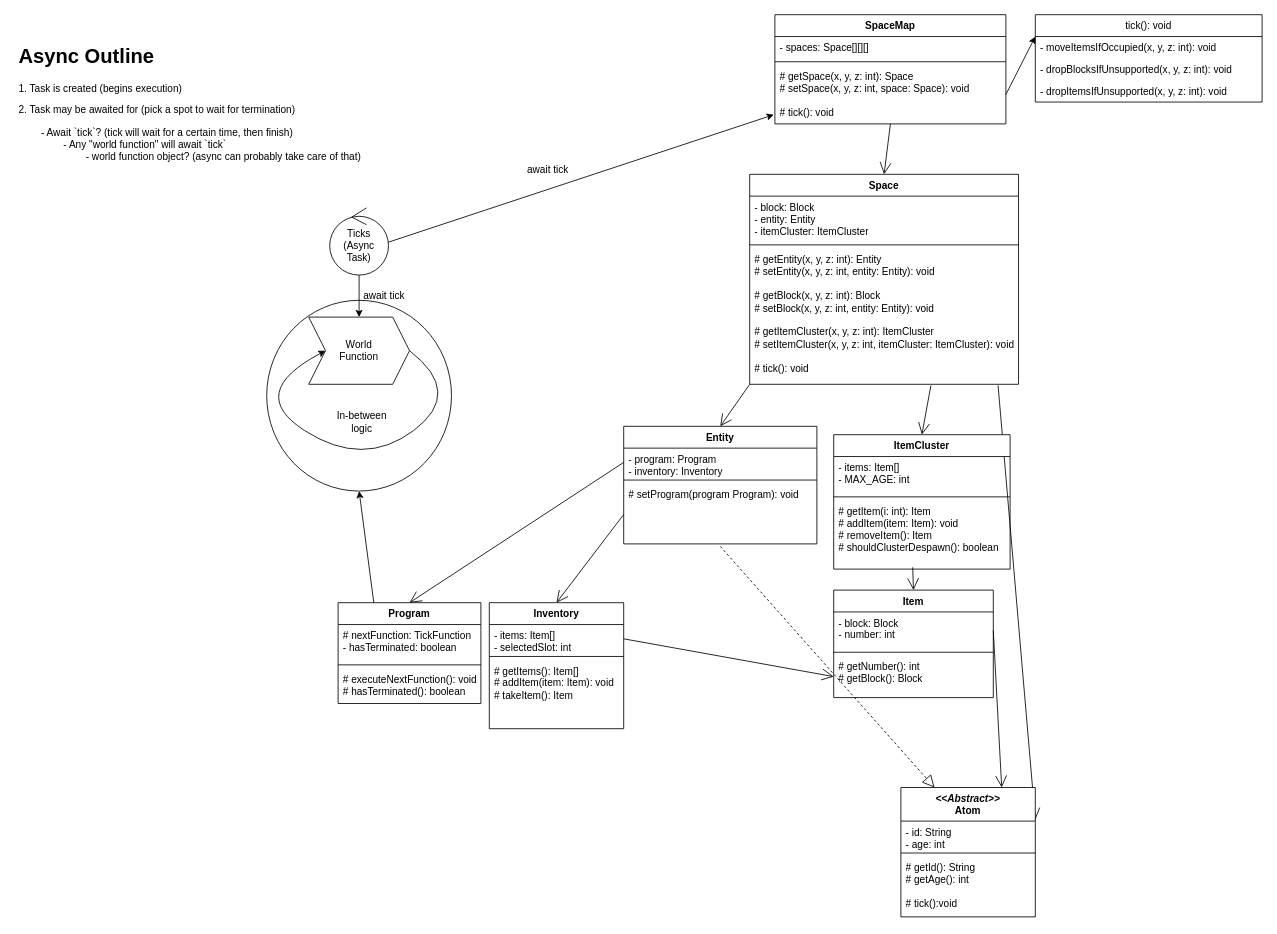
Earlier version of the draw.io diagram Untitled Diagram.drawio (Scapsters/CCRetweaked). Source tidied: cells renumbered, new cells numbered last; positions are measured from the earlier drawing's top-left corner, leaving out a move shared by most shapes. Both pictures are drawn from the tidied source at 84%, with x=0, y=0 at pixel (14, 14).
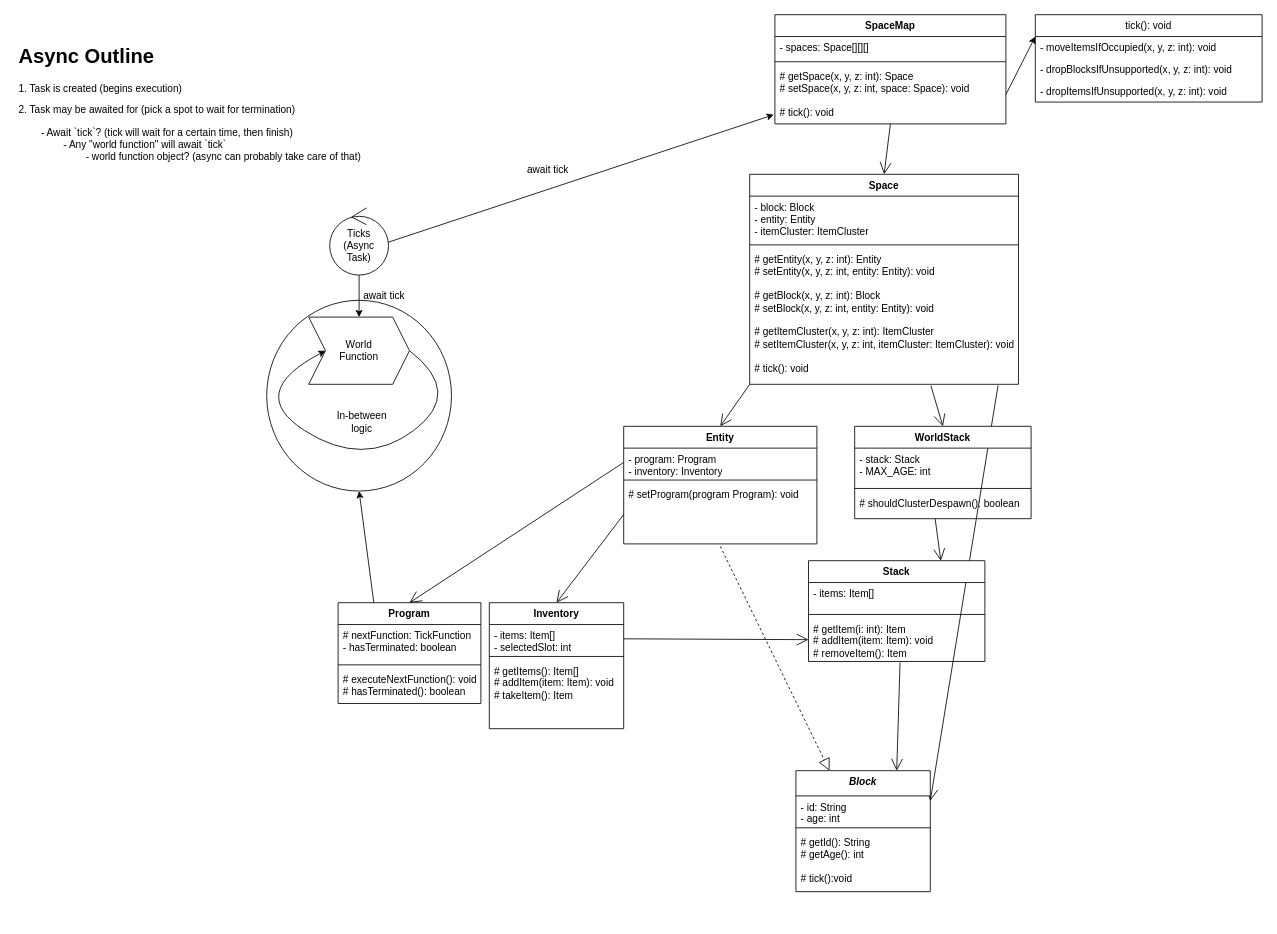
Above is the later version.

Commit message:
simplify UML further

Unchanged cells that the change refers to:
```xml
<mxCell id="10" value="&lt;div&gt;# getEntity(x, y, z: int): Entity&lt;/div&gt;&lt;div&gt;# setEntity(x, y, z: int, entity: Entity): void&lt;/div&gt;&lt;div&gt;&lt;br&gt;&lt;/div&gt;&lt;div&gt;# getBlock(x, y, z: int): Block&lt;/div&gt;&lt;div&gt;# setBlock(x, y, z: int, entity: Entity): void&lt;/div&gt;&lt;div&gt;&lt;br&gt;&lt;/div&gt;&lt;div&gt;# getItemCluster(x, y, z: int): ItemCluster&lt;/div&gt;&lt;div&gt;# setItemCluster(x, y, z: int, itemCluster: ItemCluster): void&lt;br&gt;&lt;/div&gt;&lt;div&gt;&lt;br&gt;&lt;/div&gt;&lt;div&gt;# tick(): void&lt;/div&gt;" style="text;strokeColor=none;fillColor=none;align=left;verticalAlign=top;spacingLeft=4;spacingRight=4;overflow=hidden;points=[[0,0.5],[1,0.5]];portConstraint=eastwest;whiteSpace=wrap;html=1;" parent="7" vertex="1">
  <mxGeometry y="88" width="320" height="162" as="geometry" />
</mxCell>
<mxCell id="41" value="&lt;div&gt;- items: Item[]&lt;/div&gt;&lt;div&gt;- selectedSlot: int&lt;br&gt;&lt;/div&gt;" style="text;strokeColor=none;fillColor=none;align=left;verticalAlign=top;spacingLeft=4;spacingRight=4;overflow=hidden;points=[[0,0.5],[1,0.5]];portConstraint=eastwest;whiteSpace=wrap;html=1;" parent="40" vertex="1">
  <mxGeometry y="26" width="160" height="34" as="geometry" />
</mxCell>
```

The edit, as a diff of the source:
```diff
@@
-    <mxCell id="15" value="Item" style="swimlane;fontStyle=1;align=center;verticalAlign=top;horizontal=1;startSize=26;whiteSpace=wrap;html=1;" parent="1" vertex="1">
-      <mxGeometry x="975" y="685" width="190" height="128" as="geometry" />
-    </mxCell>
-    <mxCell id="16" value="- block: Block&lt;div&gt;- number: int&lt;br&gt;&lt;/div&gt;" style="text;strokeColor=none;fillColor=none;align=left;verticalAlign=top;spacingLeft=4;spacingRight=4;overflow=hidden;points=[[0,0.5],[1,0.5]];portConstraint=eastwest;whiteSpace=wrap;html=1;" parent="15" vertex="1">
-      <mxGeometry y="26" width="190" height="44" as="geometry" />
-    </mxCell>
-    <mxCell id="17" style="line;strokeWidth=1;fillColor=none;align=left;verticalAlign=middle;spacingTop=-1;spacingLeft=3;spacingRight=3;labelPosition=right;strokeColor=inherit;" parent="15" vertex="1">
-      <mxGeometry y="70" width="190" height="8" as="geometry" />
-    </mxCell>
-    <mxCell id="18" value="&lt;div&gt;# getNumber(): int&lt;/div&gt;&lt;div&gt;# getBlock(): Block&lt;br&gt;&lt;/div&gt;" style="text;strokeColor=none;fillColor=none;align=left;verticalAlign=top;spacingLeft=4;spacingRight=4;overflow=hidden;points=[[0,0.5],[1,0.5]];portConstraint=eastwest;whiteSpace=wrap;html=1;" parent="15" vertex="1">
-      <mxGeometry y="78" width="190" height="50" as="geometry" />
-    </mxCell>
-    <mxCell id="19" value="&lt;div&gt;&lt;br&gt;&lt;/div&gt;&lt;div&gt;&lt;br&gt;&lt;/div&gt;" style="text;strokeColor=none;fillColor=none;align=left;verticalAlign=top;spacingLeft=4;spacingRight=4;overflow=hidden;whiteSpace=wrap;html=1;" parent="15" vertex="1">
-      <mxGeometry y="128" width="190" as="geometry" />
-    </mxCell>
@@
-    <mxCell id="23" value="&lt;div&gt;&lt;i&gt;&amp;lt;&amp;lt;Abstract&amp;gt;&amp;gt;&lt;/i&gt;&lt;br&gt;&lt;/div&gt;&lt;div&gt;Atom&lt;/div&gt;" style="swimlane;fontStyle=1;align=center;verticalAlign=top;horizontal=1;startSize=40;whiteSpace=wrap;html=1;" parent="1" vertex="1">
-      <mxGeometry x="1055" y="920" width="160" height="154" as="geometry" />
+    <mxCell id="23" value="&lt;i&gt;Block&lt;/i&gt;" style="swimlane;fontStyle=1;align=center;verticalAlign=top;horizontal=1;startSize=30;whiteSpace=wrap;html=1;" parent="1" vertex="1">
+      <mxGeometry x="930" y="900" width="160" height="144" as="geometry" />
     </mxCell>
     <mxCell id="24" value="&lt;div&gt;- id: String&lt;/div&gt;&lt;div&gt;- age: int&lt;br&gt;&lt;/div&gt;" style="text;strokeColor=none;fillColor=none;align=left;verticalAlign=top;spacingLeft=4;spacingRight=4;overflow=hidden;whiteSpace=wrap;html=1;" parent="23" vertex="1">
-      <mxGeometry y="40" width="160" height="34" as="geometry" />
+      <mxGeometry y="30" width="160" height="34" as="geometry" />
     </mxCell>
     <mxCell id="25" style="line;strokeWidth=1;fillColor=none;align=left;verticalAlign=middle;spacingTop=-1;spacingLeft=3;spacingRight=3;labelPosition=right;strokeColor=inherit;" parent="23" vertex="1">
-      <mxGeometry y="74" width="160" height="8" as="geometry" />
+      <mxGeometry y="64" width="160" height="8" as="geometry" />
     </mxCell>
     <mxCell id="26" value="&lt;div&gt;# getId(): String&lt;/div&gt;&lt;div&gt;# getAge(): int&lt;/div&gt;&lt;div&gt;&lt;br&gt;&lt;/div&gt;&lt;div&gt;# tick():void&lt;br&gt;&lt;/div&gt;" style="text;strokeColor=none;fillColor=none;align=left;verticalAlign=top;spacingLeft=4;spacingRight=4;overflow=hidden;whiteSpace=wrap;html=1;" parent="23" vertex="1">
-      <mxGeometry y="82" width="160" height="72" as="geometry" />
+      <mxGeometry y="72" width="160" height="72" as="geometry" />
     </mxCell>
@@
-    <mxCell id="28" value="ItemCluster" style="swimlane;fontStyle=1;align=center;verticalAlign=top;horizontal=1;startSize=26;whiteSpace=wrap;html=1;" parent="1" vertex="1">
-      <mxGeometry x="975" y="500" width="210" height="160" as="geometry" />
+    <mxCell id="28" value="Stack" style="swimlane;fontStyle=1;align=center;verticalAlign=top;horizontal=1;startSize=26;whiteSpace=wrap;html=1;" parent="1" vertex="1">
+      <mxGeometry x="945" y="650" width="210" height="120" as="geometry" />
     </mxCell>
-    <mxCell id="29" value="&lt;div&gt;- items: Item[]&lt;/div&gt;&lt;div&gt;- MAX_AGE: int&lt;br&gt;&lt;/div&gt;" style="text;strokeColor=none;fillColor=none;align=left;verticalAlign=top;spacingLeft=4;spacingRight=4;overflow=hidden;whiteSpace=wrap;html=1;" parent="28" vertex="1">
-      <mxGeometry y="26" width="210" height="44" as="geometry" />
+    <mxCell id="29" value="&lt;div&gt;- items: Item[]&lt;/div&gt;" style="text;strokeColor=none;fillColor=none;align=left;verticalAlign=top;spacingLeft=4;spacingRight=4;overflow=hidden;whiteSpace=wrap;html=1;" parent="28" vertex="1">
+      <mxGeometry y="26" width="210" height="34" as="geometry" />
     </mxCell>
     <mxCell id="30" style="line;strokeWidth=1;fillColor=none;align=left;verticalAlign=middle;spacingTop=-1;spacingLeft=3;spacingRight=3;labelPosition=right;strokeColor=inherit;" parent="28" vertex="1">
-      <mxGeometry y="70" width="210" height="8" as="geometry" />
+      <mxGeometry y="60" width="210" height="8" as="geometry" />
     </mxCell>
-    <mxCell id="31" value="&lt;div&gt;# getItem(i: int): Item&lt;/div&gt;&lt;div&gt;# addItem(item: Item): void&lt;/div&gt;&lt;div&gt;# removeItem(): Item&lt;/div&gt;&lt;div&gt;# shouldClusterDespawn(): boolean&lt;br&gt;&lt;/div&gt;" style="text;strokeColor=none;fillColor=none;align=left;verticalAlign=top;spacingLeft=4;spacingRight=4;overflow=hidden;points=[[0,0.5],[1,0.5]];portConstraint=eastwest;whiteSpace=wrap;html=1;" parent="28" vertex="1">
-      <mxGeometry y="78" width="210" height="82" as="geometry" />
+    <mxCell id="31" value="&lt;div&gt;# getItem(i: int): Item&lt;/div&gt;&lt;div&gt;# addItem(item: Item): void&lt;/div&gt;&lt;div&gt;# removeItem(): Item&lt;/div&gt;" style="text;strokeColor=none;fillColor=none;align=left;verticalAlign=top;spacingLeft=4;spacingRight=4;overflow=hidden;points=[[0,0.5],[1,0.5]];portConstraint=eastwest;whiteSpace=wrap;html=1;" parent="28" vertex="1">
+      <mxGeometry y="68" width="210" height="52" as="geometry" />
     </mxCell>
     <mxCell id="32" value="&lt;div&gt;&lt;br&gt;&lt;/div&gt;&lt;div&gt;&lt;br&gt;&lt;/div&gt;" style="text;strokeColor=none;fillColor=none;align=left;verticalAlign=top;spacingLeft=4;spacingRight=4;overflow=hidden;whiteSpace=wrap;html=1;" parent="28" vertex="1">
-      <mxGeometry y="160" width="210" as="geometry" />
+      <mxGeometry y="120" width="210" as="geometry" />
     </mxCell>
-    <mxCell id="33" style="endArrow=open;endFill=1;endSize=12;html=1;rounded=0;exitX=0.448;exitY=0.974;exitDx=0;exitDy=0;entryX=0.5;entryY=0;entryDx=0;entryDy=0;exitPerimeter=0;" parent="1" edge="1" source="31" target="15">
-      <mxGeometry relative="1" as="geometry" />
-    </mxCell>
-    <mxCell id="34" style="endArrow=open;endFill=1;endSize=12;html=1;rounded=0;entryX=0.5;entryY=0;entryDx=0;entryDy=0;exitX=0.674;exitY=1.009;exitDx=0;exitDy=0;exitPerimeter=0;" parent="1" edge="1" source="10" target="28">
+    <mxCell id="34" style="endArrow=open;endFill=1;endSize=12;html=1;rounded=0;entryX=0.5;entryY=0;entryDx=0;entryDy=0;exitX=0.674;exitY=1.009;exitDx=0;exitDy=0;exitPerimeter=0;" parent="1" edge="1" source="10" target="62">
       <mxGeometry relative="1" as="geometry" />
     </mxCell>
@@
-    <mxCell id="44" style="endArrow=open;endFill=1;endSize=12;html=1;rounded=0;exitX=1;exitY=0.5;exitDx=0;exitDy=0;entryX=0.75;entryY=0;entryDx=0;entryDy=0;" parent="1" edge="1" source="16" target="23">
+    <mxCell id="44" style="endArrow=open;endFill=1;endSize=12;html=1;rounded=0;exitX=0.519;exitY=1.022;exitDx=0;exitDy=0;entryX=0.75;entryY=0;entryDx=0;entryDy=0;exitPerimeter=0;" parent="1" edge="1" source="31" target="23">
       <mxGeometry relative="1" as="geometry" />
     </mxCell>
@@
-    <mxCell id="46" style="endArrow=open;endFill=1;endSize=12;html=1;rounded=0;exitX=1;exitY=0.5;exitDx=0;exitDy=0;entryX=0;entryY=0.5;entryDx=0;entryDy=0;" parent="1" edge="1" source="41" target="18">
+    <mxCell id="46" style="endArrow=open;endFill=1;endSize=12;html=1;rounded=0;exitX=1;exitY=0.5;exitDx=0;exitDy=0;entryX=0;entryY=0.5;entryDx=0;entryDy=0;" parent="1" edge="1" source="41" target="31">
       <mxGeometry relative="1" as="geometry" />
     </mxCell>
@@
+    <mxCell id="62" value="WorldStack" style="swimlane;fontStyle=1;align=center;verticalAlign=top;horizontal=1;startSize=26;whiteSpace=wrap;html=1;" parent="1" vertex="1">
+      <mxGeometry x="1000" y="490" width="210" height="110" as="geometry" />
+    </mxCell>
+    <mxCell id="63" value="&lt;div&gt;- stack: Stack&lt;/div&gt;&lt;div&gt;- MAX_AGE: int&lt;br&gt;&lt;/div&gt;" style="text;strokeColor=none;fillColor=none;align=left;verticalAlign=top;spacingLeft=4;spacingRight=4;overflow=hidden;whiteSpace=wrap;html=1;" parent="62" vertex="1">
+      <mxGeometry y="26" width="210" height="44" as="geometry" />
+    </mxCell>
+    <mxCell id="64" style="line;strokeWidth=1;fillColor=none;align=left;verticalAlign=middle;spacingTop=-1;spacingLeft=3;spacingRight=3;labelPosition=right;strokeColor=inherit;" parent="62" vertex="1">
+      <mxGeometry y="70" width="210" height="8" as="geometry" />
+    </mxCell>
+    <mxCell id="65" value="&lt;div&gt;&lt;span style=&quot;background-color: initial;&quot;&gt;# shouldClusterDespawn(): boolean&lt;/span&gt;&lt;br&gt;&lt;/div&gt;" style="text;strokeColor=none;fillColor=none;align=left;verticalAlign=top;spacingLeft=4;spacingRight=4;overflow=hidden;points=[[0,0.5],[1,0.5]];portConstraint=eastwest;whiteSpace=wrap;html=1;" parent="62" vertex="1">
+      <mxGeometry y="78" width="210" height="32" as="geometry" />
+    </mxCell>
+    <mxCell id="66" value="&lt;div&gt;&lt;br&gt;&lt;/div&gt;&lt;div&gt;&lt;br&gt;&lt;/div&gt;" style="text;strokeColor=none;fillColor=none;align=left;verticalAlign=top;spacingLeft=4;spacingRight=4;overflow=hidden;whiteSpace=wrap;html=1;" parent="62" vertex="1">
+      <mxGeometry y="110" width="210" as="geometry" />
+    </mxCell>
+    <mxCell id="67" style="endArrow=open;endFill=1;endSize=12;html=1;rounded=0;entryX=0.75;entryY=0;entryDx=0;entryDy=0;exitX=0.456;exitY=0.999;exitDx=0;exitDy=0;exitPerimeter=0;" parent="1" edge="1" source="65" target="28">
+      <mxGeometry relative="1" as="geometry" />
+    </mxCell>
```
